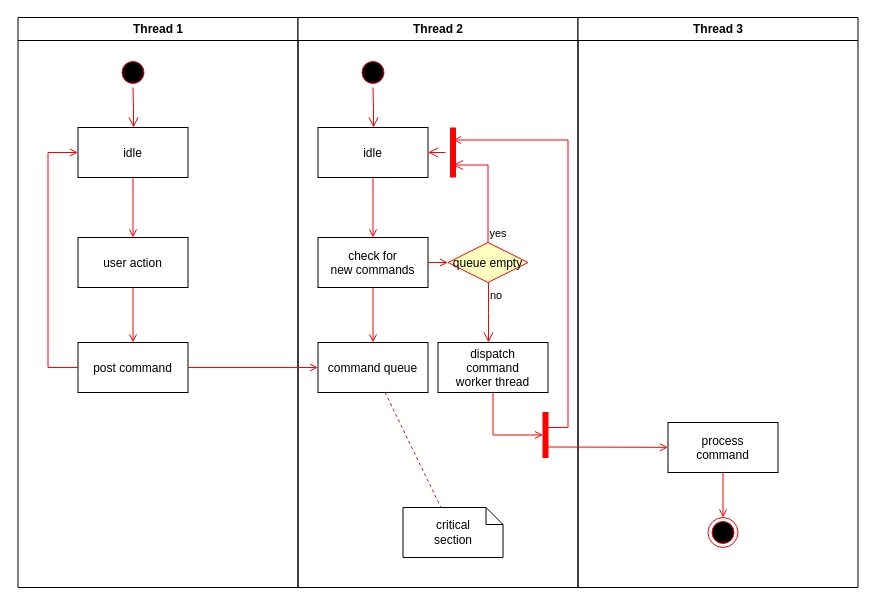
Before: logs/Untitled Diagram.drawio in GithubMingEnter/diff_test, a draw.io diagram. Source tidied: cells renumbered, new cells numbered last; positions are measured from the earlier drawing's top-left corner, leaving out a move shared by most shapes. Both pictures are drawn from the tidied source at 100%, with x=0, y=0 at pixel (17, 17).
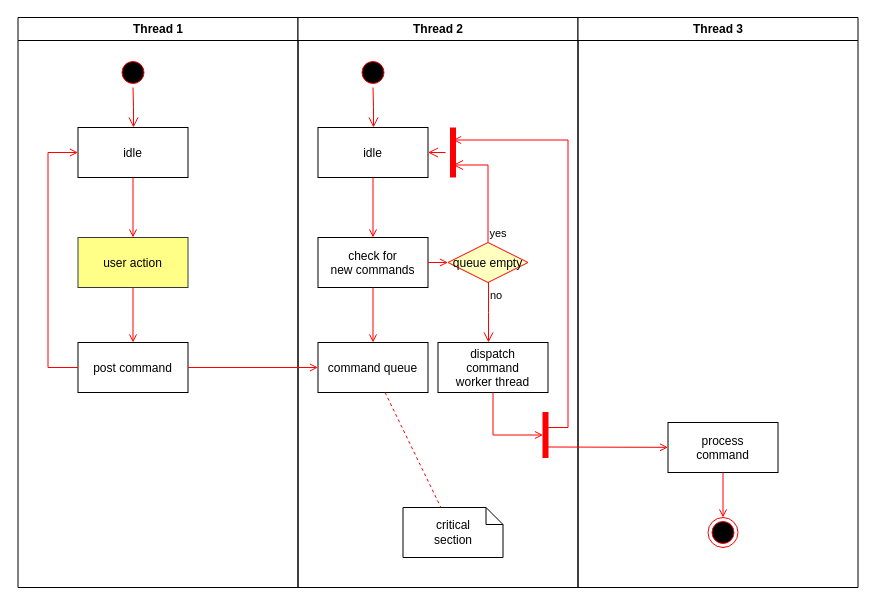
After the change.

The change refers to these unchanged cells:
```xml
<mxCell id="2" value="Thread 1" style="swimlane;whiteSpace=wrap;" parent="1" vertex="1">
  <mxGeometry x="0.5" width="280" height="570" as="geometry" />
</mxCell>
```

Diff of the diagram source:
```diff
@@
-    <mxCell id="6" value="user action" parent="2" vertex="1">
+    <mxCell id="6" value="user action" style="fillColor=#ffff88;strokeColor=#36393d;" parent="2" vertex="1">
       <mxGeometry x="60" y="220" width="110" height="50" as="geometry" />
     </mxCell>
```
